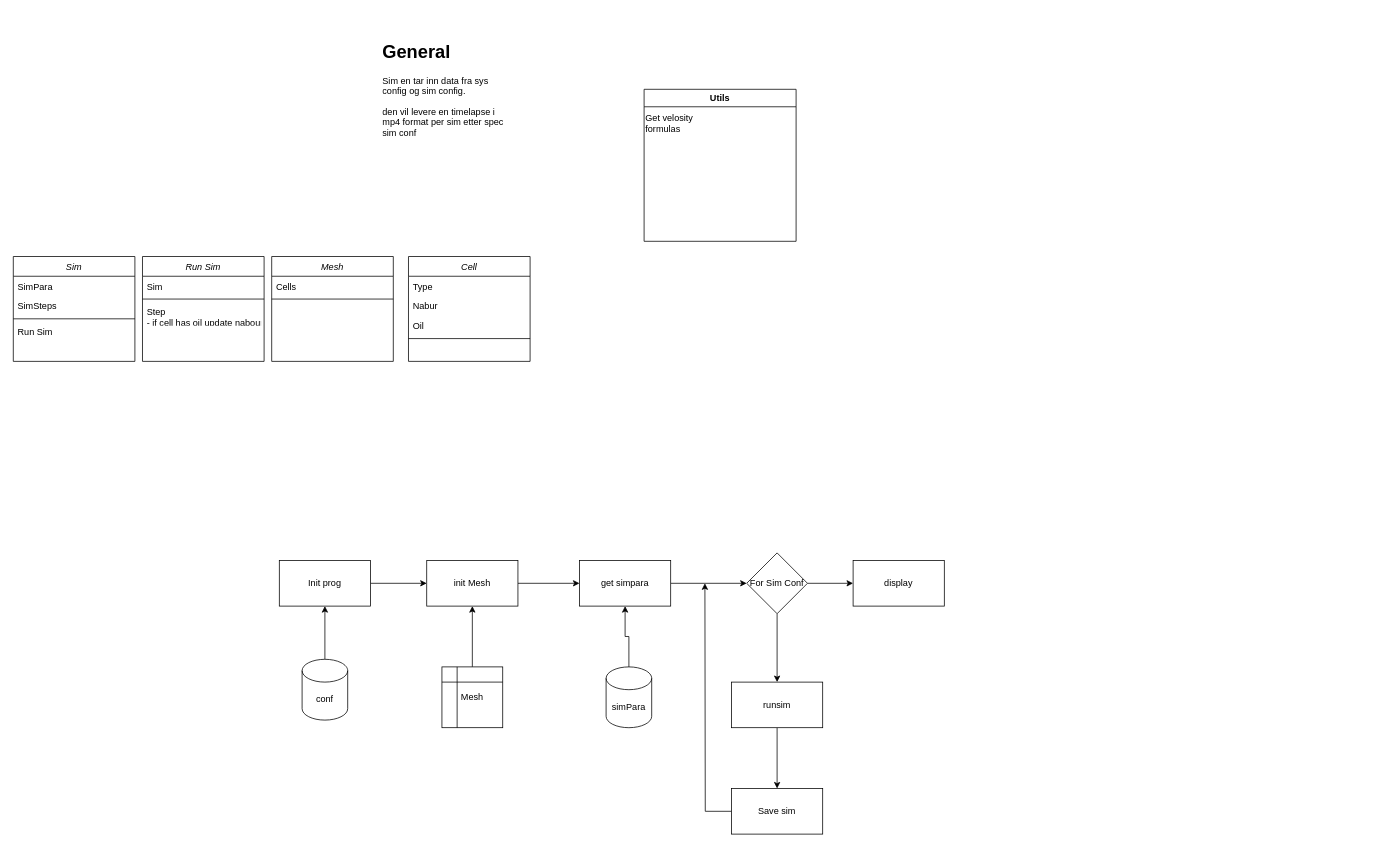
Before: SYS Diagram.drawio in B-rage04/INF202_Gruppe5, a draw.io diagram. Source tidied: cells renumbered, new cells numbered last; positions are measured from the earlier drawing's top-left corner, leaving out a move shared by most shapes. Both pictures are drawn from the tidied source at 76%, with x=0, y=0 at pixel (13, 36).
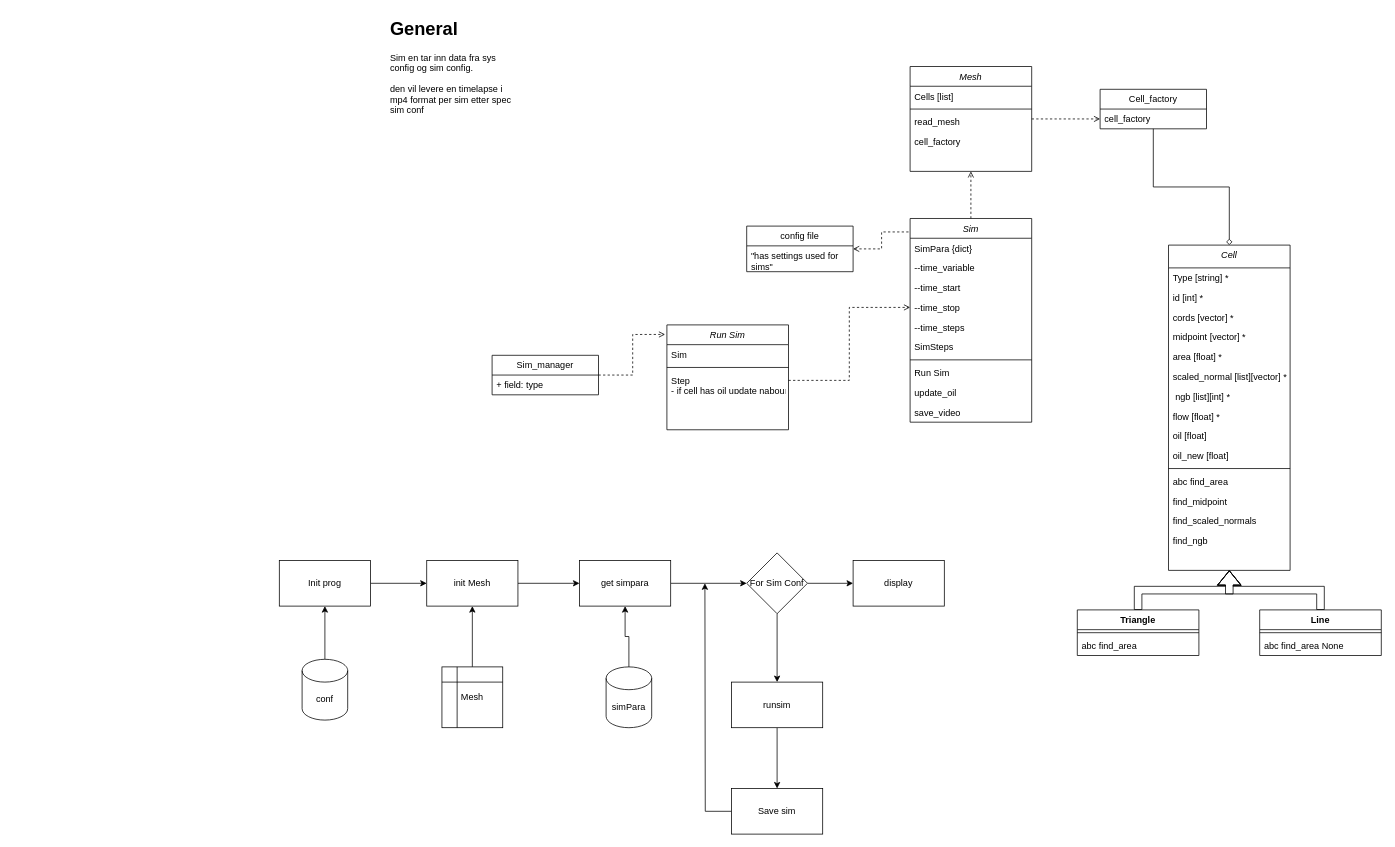
The same page after the edit.

Commit message:
updated sys diagram

Unchanged cells that the change refers to:
```xml
<mxCell id="30" value="Step&#10;- if cell has oil update nabour" style="text;align=left;verticalAlign=top;spacingLeft=4;spacingRight=4;overflow=hidden;points=[[0,0.5],[1,0.5]];portConstraint=eastwest;" parent="27" vertex="1">
  <mxGeometry y="60" width="160" height="26" as="geometry" />
</mxCell>
```

The edit, as a diff of the source:
```diff
@@
+    <mxCell id="42" style="edgeStyle=orthogonalEdgeStyle;rounded=0;jettySize=auto;html=1;exitX=0.5;exitY=0;exitDx=0;exitDy=0;entryX=0.5;entryY=1;entryDx=0;entryDy=0;dashed=1;endArrow=open;endFill=0;" parent="1" edge="1" source="2" target="31">
+      <mxGeometry relative="1" as="geometry" />
+    </mxCell>
     <mxCell id="2" value="Sim" style="swimlane;fontStyle=2;align=center;verticalAlign=top;horizontal=1;startSize=26;rounded=0;shadow=0;strokeWidth=1;" parent="1" vertex="1">
-      <mxGeometry y="290" width="160" height="138" as="geometry" />
+      <mxGeometry x="1180" y="240" width="160" height="268" as="geometry" />
     </mxCell>
-    <mxCell id="3" value="SimPara" style="text;align=left;verticalAlign=top;spacingLeft=4;spacingRight=4;overflow=hidden;rounded=0;shadow=0;html=0;" parent="2" vertex="1">
+    <mxCell id="3" value="SimPara {dict}" style="text;align=left;verticalAlign=top;spacingLeft=4;spacingRight=4;overflow=hidden;rounded=0;shadow=0;html=0;" parent="2" vertex="1">
       <mxGeometry y="26" width="160" height="26" as="geometry" />
     </mxCell>
+    <mxCell id="43" value="--time_variable&#10;" style="text;align=left;verticalAlign=top;spacingLeft=4;spacingRight=4;overflow=hidden;rounded=0;shadow=0;html=0;" parent="2" vertex="1">
+      <mxGeometry y="52" width="160" height="26" as="geometry" />
+    </mxCell>
+    <mxCell id="44" value="--time_start" style="text;align=left;verticalAlign=top;spacingLeft=4;spacingRight=4;overflow=hidden;rounded=0;shadow=0;html=0;" parent="2" vertex="1">
+      <mxGeometry y="78" width="160" height="26" as="geometry" />
+    </mxCell>
+    <mxCell id="45" value="--time_stop" style="text;align=left;verticalAlign=top;spacingLeft=4;spacingRight=4;overflow=hidden;points=[[0,0.5],[1,0.5]];portConstraint=eastwest;rounded=0;shadow=0;html=0;" parent="2" vertex="1">
+      <mxGeometry y="104" width="160" height="26" as="geometry" />
+    </mxCell>
+    <mxCell id="46" value="--time_steps" style="text;align=left;verticalAlign=top;spacingLeft=4;spacingRight=4;overflow=hidden;rounded=0;shadow=0;html=0;" parent="2" vertex="1">
+      <mxGeometry y="130" width="160" height="26" as="geometry" />
+    </mxCell>
     <mxCell id="4" value="SimSteps" style="text;align=left;verticalAlign=top;spacingLeft=4;spacingRight=4;overflow=hidden;rounded=0;shadow=0;html=0;" parent="2" vertex="1">
-      <mxGeometry y="52" width="160" height="26" as="geometry" />
+      <mxGeometry y="156" width="160" height="26" as="geometry" />
     </mxCell>
     <mxCell id="5" style="line;html=1;strokeWidth=1;align=left;verticalAlign=middle;spacingTop=-1;spacingLeft=3;spacingRight=3;labelPosition=right;" parent="2" vertex="1">
-      <mxGeometry y="78" width="160" height="8" as="geometry" />
+      <mxGeometry y="182" width="160" height="8" as="geometry" />
     </mxCell>
+    <mxCell id="47" value="Run Sim" style="text;align=left;verticalAlign=top;spacingLeft=4;spacingRight=4;overflow=hidden;" parent="2" vertex="1">
+      <mxGeometry y="190" width="160" height="26" as="geometry" />
+    </mxCell>
-    <mxCell id="6" value="Run Sim" style="text;align=left;verticalAlign=top;spacingLeft=4;spacingRight=4;overflow=hidden;" parent="2" vertex="1">
-      <mxGeometry y="86" width="160" height="26" as="geometry" />
+    <mxCell id="6" value="update_oil" style="text;align=left;verticalAlign=top;spacingLeft=4;spacingRight=4;overflow=hidden;" parent="2" vertex="1">
+      <mxGeometry y="216" width="160" height="26" as="geometry" />
     </mxCell>
+    <mxCell id="48" value="save_video" style="text;align=left;verticalAlign=top;spacingLeft=4;spacingRight=4;overflow=hidden;" parent="2" vertex="1">
+      <mxGeometry y="242" width="160" height="26" as="geometry" />
+    </mxCell>
@@
     <mxCell id="27" value="Run Sim" style="swimlane;fontStyle=2;align=center;verticalAlign=top;horizontal=1;startSize=26;rounded=0;shadow=0;strokeWidth=1;" parent="1" vertex="1">
-      <mxGeometry x="170" y="290" width="160" height="138" as="geometry" />
+      <mxGeometry x="860" y="380" width="160" height="138" as="geometry" />
     </mxCell>
@@
+    <mxCell id="49" style="edgeStyle=orthogonalEdgeStyle;rounded=0;jettySize=auto;html=1;dashed=1;endArrow=open;endFill=0;" parent="1" edge="1" source="31">
+      <mxGeometry relative="1" as="geometry">
+        <mxPoint x="1430" y="109" as="targetPoint" />
+      </mxGeometry>
+    </mxCell>
     <mxCell id="31" value="Mesh" style="swimlane;fontStyle=2;align=center;verticalAlign=top;horizontal=1;startSize=26;rounded=0;shadow=0;strokeWidth=1;" parent="1" vertex="1">
-      <mxGeometry x="340" y="290" width="160" height="138" as="geometry" />
+      <mxGeometry x="1180" y="40" width="160" height="138" as="geometry" />
     </mxCell>
-    <mxCell id="32" value="Cells" style="text;align=left;verticalAlign=top;spacingLeft=4;spacingRight=4;overflow=hidden;rounded=0;shadow=0;html=0;" parent="31" vertex="1">
+    <mxCell id="32" value="Cells [list]" style="text;align=left;verticalAlign=top;spacingLeft=4;spacingRight=4;overflow=hidden;rounded=0;shadow=0;html=0;" parent="31" vertex="1">
       <mxGeometry y="26" width="160" height="26" as="geometry" />
     </mxCell>
@@
+    <mxCell id="50" value="read_mesh" style="text;align=left;verticalAlign=top;spacingLeft=4;spacingRight=4;overflow=hidden;rounded=0;shadow=0;html=0;" parent="31" vertex="1">
+      <mxGeometry y="60" width="160" height="26" as="geometry" />
+    </mxCell>
+    <mxCell id="51" value="cell_factory" style="text;align=left;verticalAlign=top;spacingLeft=4;spacingRight=4;overflow=hidden;rounded=0;shadow=0;html=0;" parent="31" vertex="1">
+      <mxGeometry y="86" width="160" height="26" as="geometry" />
+    </mxCell>
+    <mxCell id="52" style="edgeStyle=orthogonalEdgeStyle;rounded=0;jettySize=auto;html=1;exitX=0.5;exitY=0;exitDx=0;exitDy=0;entryX=0.5;entryY=1;entryDx=0;entryDy=0;endArrow=none;endFill=0;startArrow=diamond;startFill=0;" parent="1" edge="1" source="34" target="72">
+      <mxGeometry relative="1" as="geometry" />
+    </mxCell>
-    <mxCell id="34" value="Cell" style="swimlane;fontStyle=2;align=center;verticalAlign=top;horizontal=1;startSize=26;rounded=0;shadow=0;strokeWidth=1;" parent="1" vertex="1">
-      <mxGeometry x="520" y="290" width="160" height="138" as="geometry" />
+    <mxCell id="34" value="Cell" style="swimlane;fontStyle=2;align=center;verticalAlign=top;horizontal=1;startSize=30;rounded=0;shadow=0;strokeWidth=1;" parent="1" vertex="1">
+      <mxGeometry x="1520" y="275" width="160" height="428" as="geometry" />
     </mxCell>
-    <mxCell id="35" value="Type" style="text;align=left;verticalAlign=top;spacingLeft=4;spacingRight=4;overflow=hidden;rounded=0;shadow=0;html=0;" parent="34" vertex="1">
-      <mxGeometry y="26" width="160" height="26" as="geometry" />
+    <mxCell id="35" value="Type [string] *" style="text;align=left;verticalAlign=top;spacingLeft=4;spacingRight=4;overflow=hidden;rounded=0;shadow=0;html=0;" parent="34" vertex="1">
+      <mxGeometry y="30" width="160" height="26" as="geometry" />
     </mxCell>
+    <mxCell id="53" value="id [int] *" style="text;align=left;verticalAlign=top;spacingLeft=4;spacingRight=4;overflow=hidden;rounded=0;shadow=0;html=0;" parent="34" vertex="1">
+      <mxGeometry y="56" width="160" height="26" as="geometry" />
+    </mxCell>
+    <mxCell id="54" value="cords [vector] *" style="text;align=left;verticalAlign=top;spacingLeft=4;spacingRight=4;overflow=hidden;rounded=0;shadow=0;html=0;" parent="34" vertex="1">
+      <mxGeometry y="82" width="160" height="26" as="geometry" />
+    </mxCell>
+    <mxCell id="55" value="midpoint [vector] *" style="text;align=left;verticalAlign=top;spacingLeft=4;spacingRight=4;overflow=hidden;rounded=0;shadow=0;html=0;" parent="34" vertex="1">
+      <mxGeometry y="108" width="160" height="26" as="geometry" />
+    </mxCell>
+    <mxCell id="56" value="area [float] *" style="text;align=left;verticalAlign=top;spacingLeft=4;spacingRight=4;overflow=hidden;rounded=0;shadow=0;html=0;" parent="34" vertex="1">
+      <mxGeometry y="134" width="160" height="26" as="geometry" />
+    </mxCell>
+    <mxCell id="57" value="scaled_normal [list][vector] *" style="text;align=left;verticalAlign=top;spacingLeft=4;spacingRight=4;overflow=hidden;rounded=0;shadow=0;html=0;" parent="34" vertex="1">
+      <mxGeometry y="160" width="160" height="26" as="geometry" />
+    </mxCell>
-    <mxCell id="36" value="Nabur" style="text;align=left;verticalAlign=top;spacingLeft=4;spacingRight=4;overflow=hidden;rounded=0;shadow=0;html=0;" parent="34" vertex="1">
-      <mxGeometry y="52" width="160" height="26" as="geometry" />
+    <mxCell id="36" value=" ngb [list][int] *" style="text;align=left;verticalAlign=top;spacingLeft=4;spacingRight=4;overflow=hidden;rounded=0;shadow=0;html=0;" parent="34" vertex="1">
+      <mxGeometry y="186" width="160" height="26" as="geometry" />
     </mxCell>
-    <mxCell id="37" value="Oil" style="text;align=left;verticalAlign=top;spacingLeft=4;spacingRight=4;overflow=hidden;rounded=0;shadow=0;html=0;" parent="34" vertex="1">
-      <mxGeometry y="78" width="160" height="26" as="geometry" />
+    <mxCell id="37" value="flow [float] * " style="text;align=left;verticalAlign=top;spacingLeft=4;spacingRight=4;overflow=hidden;rounded=0;shadow=0;html=0;" parent="34" vertex="1">
+      <mxGeometry y="212" width="160" height="26" as="geometry" />
     </mxCell>
+    <mxCell id="58" value="oil [float]" style="text;align=left;verticalAlign=top;spacingLeft=4;spacingRight=4;overflow=hidden;rounded=0;shadow=0;html=0;" parent="34" vertex="1">
+      <mxGeometry y="238" width="160" height="26" as="geometry" />
+    </mxCell>
+    <mxCell id="59" value="oil_new [float]" style="text;align=left;verticalAlign=top;spacingLeft=4;spacingRight=4;overflow=hidden;rounded=0;shadow=0;html=0;" parent="34" vertex="1">
+      <mxGeometry y="264" width="160" height="26" as="geometry" />
+    </mxCell>
     <mxCell id="38" style="line;html=1;strokeWidth=1;align=left;verticalAlign=middle;spacingTop=-1;spacingLeft=3;spacingRight=3;labelPosition=right;" parent="34" vertex="1">
-      <mxGeometry y="104" width="160" height="8" as="geometry" />
+      <mxGeometry y="290" width="160" height="8" as="geometry" />
     </mxCell>
-    <mxCell id="39" value="Utils" style="swimlane;whiteSpace=wrap;html=1;" parent="1" vertex="1">
-      <mxGeometry x="830" y="70" width="200" height="200" as="geometry" />
-    </mxCell>
-    <mxCell id="40" value="Get velosity&lt;div&gt;formulas&lt;/div&gt;" style="text;html=1;align=left;verticalAlign=middle;strokeColor=none;fillColor=none;" parent="39" vertex="1">
-      <mxGeometry y="25" width="90" height="40" as="geometry" />
-    </mxCell>
+    <mxCell id="60" value="abc find_area" style="text;align=left;verticalAlign=top;spacingLeft=4;spacingRight=4;overflow=hidden;rounded=0;shadow=0;html=0;" parent="34" vertex="1">
+      <mxGeometry y="298" width="160" height="26" as="geometry" />
+    </mxCell>
+    <mxCell id="61" value="find_midpoint" style="text;align=left;verticalAlign=top;spacingLeft=4;spacingRight=4;overflow=hidden;rounded=0;shadow=0;html=0;" parent="34" vertex="1">
+      <mxGeometry y="324" width="160" height="26" as="geometry" />
+    </mxCell>
+    <mxCell id="62" value="find_scaled_normals" style="text;align=left;verticalAlign=top;spacingLeft=4;spacingRight=4;overflow=hidden;rounded=0;shadow=0;html=0;" parent="34" vertex="1">
+      <mxGeometry y="350" width="160" height="26" as="geometry" />
+    </mxCell>
+    <mxCell id="63" value="find_ngb" style="text;align=left;verticalAlign=top;spacingLeft=4;spacingRight=4;overflow=hidden;rounded=0;shadow=0;html=0;" parent="34" vertex="1">
+      <mxGeometry y="376" width="160" height="26" as="geometry" />
+    </mxCell>
     <mxCell id="41" value="&lt;h1 style=&quot;margin-top: 0px;&quot;&gt;General&lt;/h1&gt;&lt;p&gt;Sim en tar inn data fra sys config og sim config.&amp;nbsp;&lt;/p&gt;&lt;p&gt;den vil levere en timelapse i mp4 format per sim etter spec sim conf&lt;/p&gt;" style="text;html=1;whiteSpace=wrap;overflow=hidden;rounded=0;" parent="1" vertex="1">
-      <mxGeometry x="484" width="176" height="180" as="geometry" />
+      <mxGeometry x="494" y="-30" width="176" height="180" as="geometry" />
     </mxCell>
+    <mxCell id="64" style="edgeStyle=orthogonalEdgeStyle;rounded=0;jettySize=auto;html=1;exitX=0.5;exitY=0;exitDx=0;exitDy=0;entryX=0.5;entryY=1;entryDx=0;entryDy=0;shape=flexArrow;" parent="1" edge="1" source="65" target="34">
+      <mxGeometry relative="1" as="geometry" />
+    </mxCell>
+    <mxCell id="65" value="Line" style="swimlane;fontStyle=1;align=center;verticalAlign=top;horizontal=1;startSize=26;whiteSpace=wrap;html=1;" parent="1" vertex="1">
+      <mxGeometry x="1640" y="755" width="160" height="60" as="geometry" />
+    </mxCell>
+    <mxCell id="66" style="line;strokeWidth=1;fillColor=none;align=left;verticalAlign=middle;spacingTop=-1;spacingLeft=3;spacingRight=3;labelPosition=right;strokeColor=inherit;" parent="65" vertex="1">
+      <mxGeometry y="26" width="160" height="8" as="geometry" />
+    </mxCell>
+    <mxCell id="67" value="abc find_area None" style="text;strokeColor=none;fillColor=none;align=left;verticalAlign=top;spacingLeft=4;spacingRight=4;overflow=hidden;whiteSpace=wrap;html=1;" parent="65" vertex="1">
+      <mxGeometry y="34" width="160" height="26" as="geometry" />
+    </mxCell>
+    <mxCell id="68" style="edgeStyle=orthogonalEdgeStyle;rounded=0;jettySize=auto;html=1;exitX=0.5;exitY=0;exitDx=0;exitDy=0;entryX=0.5;entryY=1;entryDx=0;entryDy=0;shape=flexArrow;" parent="1" edge="1" source="69" target="34">
+      <mxGeometry relative="1" as="geometry" />
+    </mxCell>
+    <mxCell id="69" value="Triangle" style="swimlane;fontStyle=1;align=center;verticalAlign=top;horizontal=1;startSize=26;whiteSpace=wrap;html=1;" parent="1" vertex="1">
+      <mxGeometry x="1400" y="755" width="160" height="60" as="geometry" />
+    </mxCell>
+    <mxCell id="70" style="line;strokeWidth=1;fillColor=none;align=left;verticalAlign=middle;spacingTop=-1;spacingLeft=3;spacingRight=3;labelPosition=right;strokeColor=inherit;" parent="69" vertex="1">
+      <mxGeometry y="26" width="160" height="8" as="geometry" />
+    </mxCell>
+    <mxCell id="71" value="abc find_area" style="text;strokeColor=none;fillColor=none;align=left;verticalAlign=top;spacingLeft=4;spacingRight=4;overflow=hidden;whiteSpace=wrap;html=1;" parent="69" vertex="1">
+      <mxGeometry y="34" width="160" height="26" as="geometry" />
+    </mxCell>
+    <mxCell id="72" value="Cell_factory" style="swimlane;fontStyle=0;horizontal=1;startSize=26;fillColor=none;whiteSpace=wrap;html=1;" parent="1" vertex="1">
+      <mxGeometry x="1430" y="70" width="140" height="52" as="geometry" />
+    </mxCell>
+    <mxCell id="73" value="cell_factory" style="text;strokeColor=none;fillColor=none;align=left;verticalAlign=top;spacingLeft=4;spacingRight=4;overflow=hidden;whiteSpace=wrap;html=1;" parent="72" vertex="1">
+      <mxGeometry y="26" width="140" height="26" as="geometry" />
+    </mxCell>
+    <mxCell id="74" value="Sim_manager" style="swimlane;fontStyle=0;horizontal=1;startSize=26;fillColor=none;whiteSpace=wrap;html=1;" parent="1" vertex="1">
+      <mxGeometry x="630" y="420" width="140" height="52" as="geometry" />
+    </mxCell>
+    <mxCell id="75" value="+ field: type" style="text;strokeColor=none;fillColor=none;align=left;verticalAlign=top;spacingLeft=4;spacingRight=4;overflow=hidden;whiteSpace=wrap;html=1;" parent="74" vertex="1">
+      <mxGeometry y="26" width="140" height="26" as="geometry" />
+    </mxCell>
+    <mxCell id="76" value="config file" style="swimlane;fontStyle=0;horizontal=1;startSize=26;fillColor=none;whiteSpace=wrap;html=1;" parent="1" vertex="1">
+      <mxGeometry x="965" y="250" width="140" height="60" as="geometry" />
+    </mxCell>
+    <mxCell id="77" value="&quot;has settings used for sims&quot;" style="text;strokeColor=none;fillColor=none;align=left;verticalAlign=top;spacingLeft=4;spacingRight=4;overflow=hidden;whiteSpace=wrap;html=1;" parent="76" vertex="1">
+      <mxGeometry y="26" width="140" height="34" as="geometry" />
+    </mxCell>
+    <mxCell id="78" style="edgeStyle=orthogonalEdgeStyle;rounded=0;jettySize=auto;html=1;exitX=1;exitY=0.5;exitDx=0;exitDy=0;entryX=-0.003;entryY=0.066;entryDx=0;entryDy=0;entryPerimeter=0;startArrow=open;startFill=0;endArrow=none;endFill=0;dashed=1;" parent="1" edge="1" source="76" target="2">
+      <mxGeometry relative="1" as="geometry" />
+    </mxCell>
+    <mxCell id="79" style="edgeStyle=orthogonalEdgeStyle;rounded=0;jettySize=auto;html=1;exitX=1;exitY=0.5;exitDx=0;exitDy=0;entryX=0;entryY=0.5;entryDx=0;entryDy=0;endArrow=open;endFill=0;dashed=1;" parent="1" edge="1" source="30" target="45">
+      <mxGeometry relative="1" as="geometry" />
+    </mxCell>
+    <mxCell id="80" style="edgeStyle=orthogonalEdgeStyle;rounded=0;jettySize=auto;html=1;exitX=1;exitY=0.5;exitDx=0;exitDy=0;entryX=-0.015;entryY=0.091;entryDx=0;entryDy=0;entryPerimeter=0;endArrow=open;endFill=0;dashed=1;" parent="1" edge="1" source="74" target="27">
+      <mxGeometry relative="1" as="geometry" />
+    </mxCell>
```
